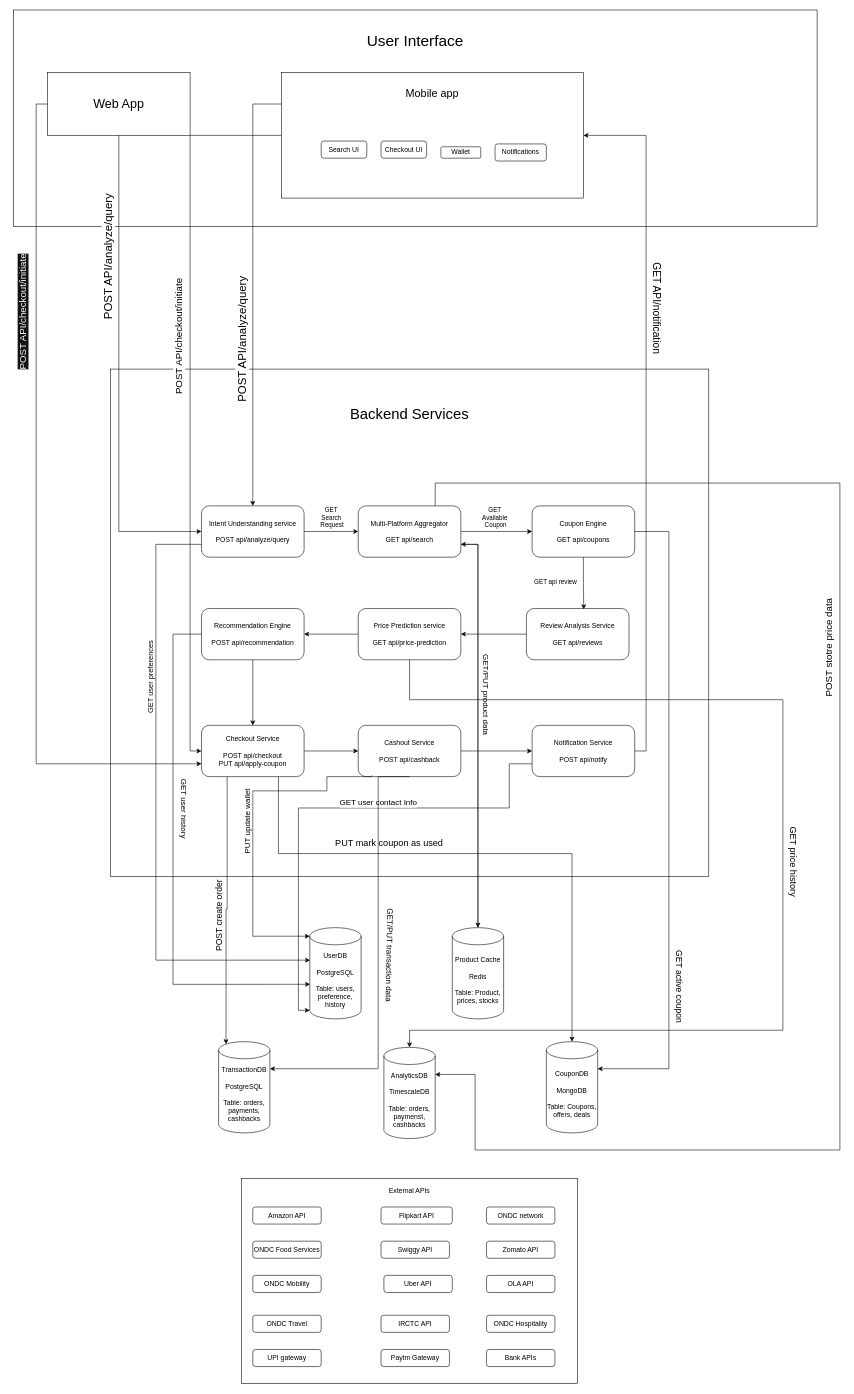
The draw.io diagram AI-Shopping-Agent-Architecture.drawio in Chiga36/ai-shopping-agent-architecture, before the edit. Source tidied: cells renumbered, new cells numbered last; positions are measured from the earlier drawing's top-left corner, leaving out a move shared by most shapes. Both pictures are drawn from the tidied source at 57%, with x=0, y=0 at pixel (13, 10).
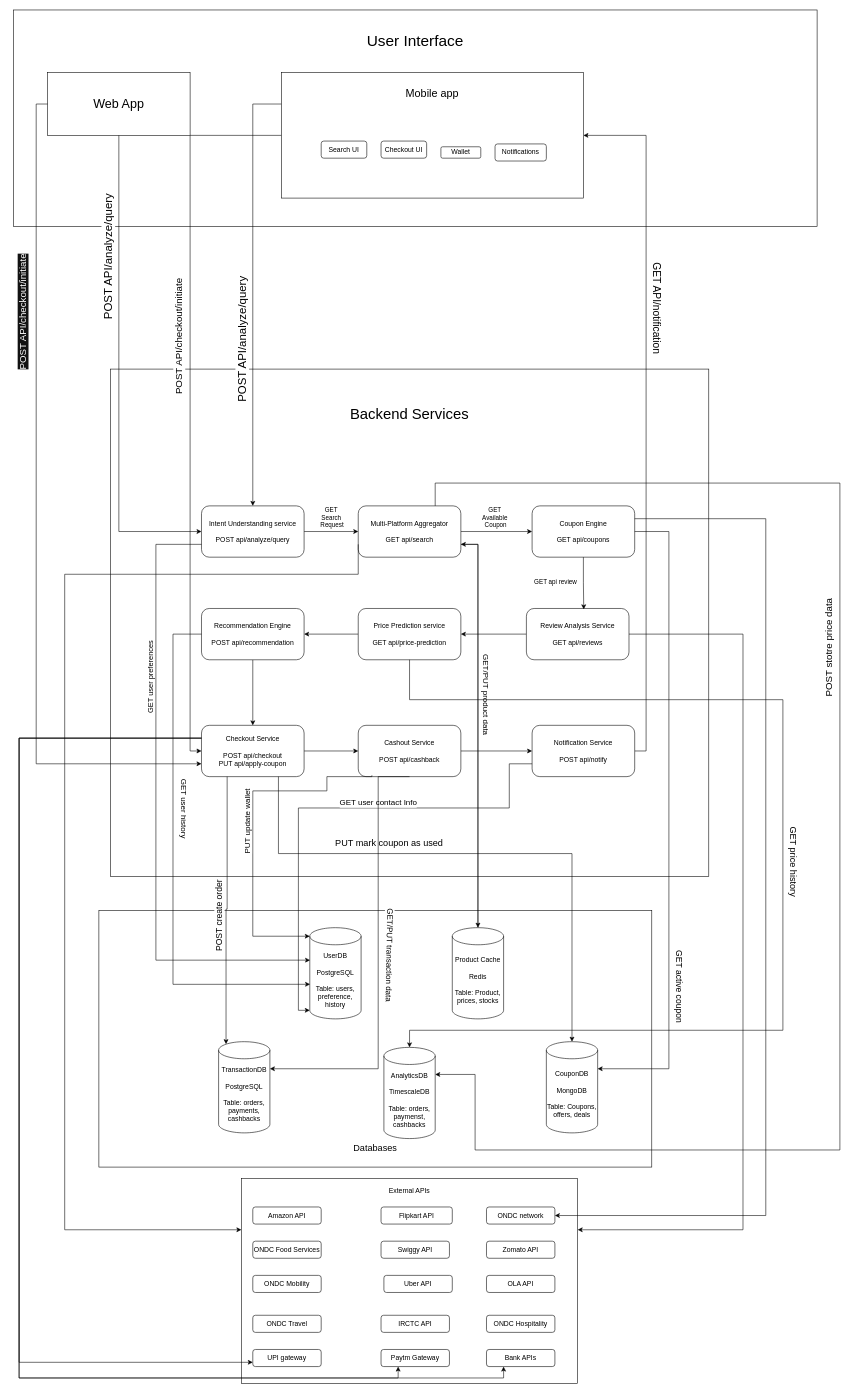
Above is the later version.

Unchanged cells that the change refers to:
```xml
<mxCell id="16" value="Multi-Platform Aggregator&lt;div&gt;&lt;br&gt;&lt;/div&gt;&lt;div&gt;GET api/search&lt;/div&gt;" style="rounded=1;whiteSpace=wrap;html=1;" parent="1" vertex="1">
  <mxGeometry x="605" y="870" width="180" height="90" as="geometry" />
</mxCell>
<mxCell id="18" value="Checkout Service&lt;div&gt;&lt;br&gt;&lt;/div&gt;&lt;div&gt;POST api/checkout&lt;/div&gt;&lt;div&gt;PUT api/apply-coupon&lt;/div&gt;" style="rounded=1;whiteSpace=wrap;html=1;" parent="1" vertex="1">
  <mxGeometry x="330" y="1255" width="180" height="90" as="geometry" />
</mxCell>
<mxCell id="20" value="Review Analysis Service&lt;div&gt;&lt;br&gt;&lt;/div&gt;&lt;div&gt;GET api/reviews&lt;/div&gt;" style="rounded=1;whiteSpace=wrap;html=1;" parent="1" vertex="1">
  <mxGeometry x="900" y="1050" width="180" height="90" as="geometry" />
</mxCell>
<mxCell id="25" value="Coupon Engine&lt;div&gt;&lt;br&gt;&lt;/div&gt;&lt;div&gt;GET api/coupons&lt;/div&gt;" style="rounded=1;whiteSpace=wrap;html=1;" parent="1" vertex="1">
  <mxGeometry x="910" y="870" width="180" height="90" as="geometry" />
</mxCell>
<mxCell id="38" value="External APIs&lt;div&gt;&lt;br&gt;&lt;/div&gt;&lt;div&gt;&lt;br&gt;&lt;/div&gt;&lt;div&gt;&lt;br&gt;&lt;/div&gt;&lt;div&gt;&lt;br&gt;&lt;/div&gt;&lt;div&gt;&lt;br&gt;&lt;/div&gt;&lt;div&gt;&lt;br&gt;&lt;/div&gt;&lt;div&gt;&lt;br&gt;&lt;/div&gt;&lt;div&gt;&lt;br&gt;&lt;/div&gt;&lt;div&gt;&lt;br&gt;&lt;/div&gt;&lt;div&gt;&lt;br&gt;&lt;/div&gt;&lt;div&gt;&lt;br&gt;&lt;/div&gt;&lt;div&gt;&lt;br&gt;&lt;/div&gt;&lt;div&gt;&lt;br&gt;&lt;/div&gt;&lt;div&gt;&lt;br&gt;&lt;/div&gt;&lt;div&gt;&lt;br&gt;&lt;/div&gt;&lt;div&gt;&lt;br&gt;&lt;/div&gt;&lt;div&gt;&lt;br&gt;&lt;/div&gt;&lt;div&gt;&lt;br&gt;&lt;/div&gt;&lt;div&gt;&lt;br&gt;&lt;/div&gt;&lt;div&gt;&lt;br&gt;&lt;/div&gt;&lt;div&gt;&lt;br&gt;&lt;/div&gt;&lt;div&gt;&lt;br&gt;&lt;/div&gt;" style="rounded=0;whiteSpace=wrap;html=1;" parent="1" vertex="1">
  <mxGeometry x="400" y="2050" width="590" height="360" as="geometry" />
</mxCell>
<mxCell id="41" value="ONDC network" style="rounded=1;whiteSpace=wrap;html=1;" parent="1" vertex="1">
  <mxGeometry x="830" y="2100" width="120" height="30" as="geometry" />
</mxCell>
<mxCell id="51" value="UPI gateway" style="rounded=1;whiteSpace=wrap;html=1;" parent="1" vertex="1">
  <mxGeometry x="420" y="2350" width="120" height="30" as="geometry" />
</mxCell>
<mxCell id="52" value="Bank APIs" style="rounded=1;whiteSpace=wrap;html=1;" parent="1" vertex="1">
  <mxGeometry x="830" y="2350" width="120" height="30" as="geometry" />
</mxCell>
<mxCell id="53" value="Paytm Gateway" style="rounded=1;whiteSpace=wrap;html=1;" parent="1" vertex="1">
  <mxGeometry x="645" y="2350" width="120" height="30" as="geometry" />
</mxCell>
```

What changed in the source:
```diff
@@
+    <mxCell id="85" value="&lt;div&gt;&lt;font style=&quot;font-size: 16px;&quot;&gt;&lt;br&gt;&lt;/font&gt;&lt;/div&gt;&lt;font style=&quot;font-size: 16px;&quot;&gt;&lt;div&gt;&lt;font style=&quot;font-size: 16px;&quot;&gt;&lt;br&gt;&lt;/font&gt;&lt;/div&gt;&lt;div&gt;&lt;font style=&quot;font-size: 16px;&quot;&gt;&lt;br&gt;&lt;/font&gt;&lt;/div&gt;&lt;div&gt;&lt;font style=&quot;font-size: 16px;&quot;&gt;&lt;br&gt;&lt;/font&gt;&lt;/div&gt;&lt;div&gt;&lt;font style=&quot;font-size: 16px;&quot;&gt;&lt;br&gt;&lt;/font&gt;&lt;/div&gt;&lt;div&gt;&lt;font style=&quot;font-size: 16px;&quot;&gt;&lt;br&gt;&lt;/font&gt;&lt;/div&gt;&lt;div&gt;&lt;font style=&quot;font-size: 16px;&quot;&gt;&lt;br&gt;&lt;/font&gt;&lt;/div&gt;&lt;div&gt;&lt;font style=&quot;font-size: 16px;&quot;&gt;&lt;br&gt;&lt;/font&gt;&lt;/div&gt;&lt;div&gt;&lt;font style=&quot;font-size: 16px;&quot;&gt;&lt;br&gt;&lt;/font&gt;&lt;/div&gt;&lt;div&gt;&lt;font style=&quot;font-size: 16px;&quot;&gt;&lt;br&gt;&lt;/font&gt;&lt;/div&gt;&lt;div&gt;&lt;font style=&quot;font-size: 16px;&quot;&gt;&lt;br&gt;&lt;/font&gt;&lt;/div&gt;&lt;div&gt;&lt;font style=&quot;font-size: 16px;&quot;&gt;&lt;br&gt;&lt;/font&gt;&lt;/div&gt;&lt;div&gt;&lt;font style=&quot;font-size: 16px;&quot;&gt;&lt;br&gt;&lt;/font&gt;&lt;/div&gt;&lt;div&gt;&lt;font style=&quot;font-size: 16px;&quot;&gt;&lt;br&gt;&lt;/font&gt;&lt;/div&gt;&lt;div&gt;&lt;font style=&quot;font-size: 16px;&quot;&gt;&lt;br&gt;&lt;/font&gt;&lt;/div&gt;&lt;div&gt;&lt;font style=&quot;font-size: 16px;&quot;&gt;&lt;br&gt;&lt;/font&gt;&lt;/div&gt;&lt;div&gt;&lt;font style=&quot;font-size: 16px;&quot;&gt;&lt;br&gt;&lt;/font&gt;&lt;/div&gt;&lt;div&gt;&lt;font style=&quot;font-size: 16px;&quot;&gt;&lt;br&gt;&lt;/font&gt;&lt;/div&gt;&lt;div&gt;&lt;font style=&quot;font-size: 16px;&quot;&gt;&lt;br&gt;&lt;/font&gt;&lt;/div&gt;&lt;div&gt;&lt;font style=&quot;font-size: 16px;&quot;&gt;&lt;br&gt;&lt;/font&gt;&lt;/div&gt;Databases&lt;/font&gt;" style="rounded=0;whiteSpace=wrap;html=1;" parent="1" vertex="1">
+      <mxGeometry x="150" y="1580" width="970" height="450" as="geometry" />
+    </mxCell>
@@
+    <mxCell id="86" style="edgeStyle=orthogonalEdgeStyle;rounded=0;jettySize=auto;html=1;exitX=1;exitY=0.5;exitDx=0;exitDy=0;entryX=1;entryY=0.25;entryDx=0;entryDy=0;" parent="1" edge="1" source="20" target="38">
+      <mxGeometry relative="1" as="geometry">
+        <Array as="points">
+          <mxPoint x="1280" y="1095" />
+          <mxPoint x="1280" y="2140" />
+        </Array>
+      </mxGeometry>
+    </mxCell>
@@
+    <mxCell id="87" style="edgeStyle=orthogonalEdgeStyle;rounded=0;jettySize=auto;html=1;exitX=0;exitY=0.75;exitDx=0;exitDy=0;entryX=0;entryY=0.25;entryDx=0;entryDy=0;" parent="1" edge="1" source="16" target="38">
+      <mxGeometry relative="1" as="geometry">
+        <Array as="points">
+          <mxPoint x="605" y="990" />
+          <mxPoint x="90" y="990" />
+          <mxPoint x="90" y="2140" />
+        </Array>
+      </mxGeometry>
+    </mxCell>
+    <mxCell id="88" style="edgeStyle=orthogonalEdgeStyle;rounded=0;jettySize=auto;html=1;exitX=0;exitY=0.25;exitDx=0;exitDy=0;entryX=0;entryY=0.75;entryDx=0;entryDy=0;" parent="1" edge="1" source="18" target="51">
+      <mxGeometry relative="1" as="geometry">
+        <Array as="points">
+          <mxPoint x="10" y="1278" />
+          <mxPoint x="10" y="2373" />
+        </Array>
+      </mxGeometry>
+    </mxCell>
+    <mxCell id="89" style="edgeStyle=orthogonalEdgeStyle;rounded=0;jettySize=auto;html=1;exitX=0;exitY=0.25;exitDx=0;exitDy=0;entryX=0.25;entryY=1;entryDx=0;entryDy=0;" parent="1" edge="1" source="18" target="53">
+      <mxGeometry relative="1" as="geometry">
+        <Array as="points">
+          <mxPoint x="10" y="1278" />
+          <mxPoint x="10" y="2400" />
+          <mxPoint x="675" y="2400" />
+        </Array>
+      </mxGeometry>
+    </mxCell>
+    <mxCell id="90" style="edgeStyle=orthogonalEdgeStyle;rounded=0;jettySize=auto;html=1;exitX=0;exitY=0.25;exitDx=0;exitDy=0;entryX=0.25;entryY=1;entryDx=0;entryDy=0;" parent="1" edge="1" source="18" target="52">
+      <mxGeometry relative="1" as="geometry">
+        <Array as="points">
+          <mxPoint x="10" y="1278" />
+          <mxPoint x="10" y="2400" />
+          <mxPoint x="860" y="2400" />
+        </Array>
+      </mxGeometry>
+    </mxCell>
+    <mxCell id="91" style="edgeStyle=orthogonalEdgeStyle;rounded=0;jettySize=auto;html=1;exitX=1;exitY=0.25;exitDx=0;exitDy=0;entryX=1;entryY=0.5;entryDx=0;entryDy=0;" parent="1" edge="1" source="25" target="41">
+      <mxGeometry relative="1" as="geometry">
+        <Array as="points">
+          <mxPoint x="1320" y="893" />
+          <mxPoint x="1320" y="2115" />
+        </Array>
+      </mxGeometry>
+    </mxCell>
```
